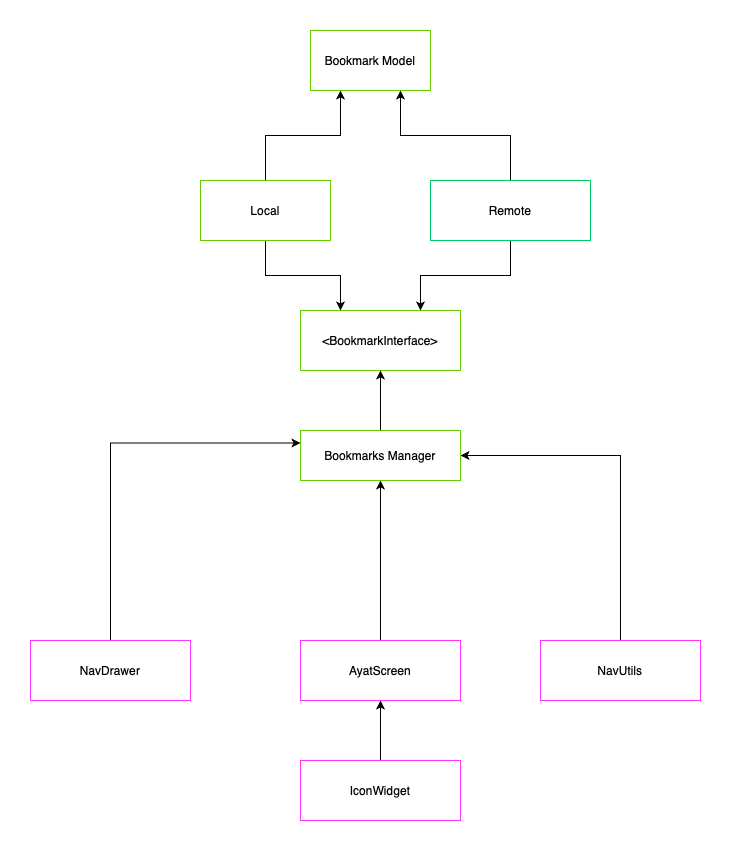
hashirabdulbasheer/quran_ayat_app_flutter keeps this draw.io diagram as docs/design/bookmarks-design.png. Above is the earlier version. Source tidied: cells renumbered, new cells last; positions are measured from the earlier drawing's top-left corner, leaving out a move shared by most shapes. The source it was exported from:
```xml
<mxGraphModel>
  <root>
    <mxCell id="0" />
    <mxCell id="1" parent="0" />
    <mxCell id="2" style="edgeStyle=orthogonalEdgeStyle;rounded=0;jettySize=auto;html=1;entryX=0.5;entryY=1;entryDx=0;entryDy=0;" parent="1" edge="1" source="3" target="19">
      <mxGeometry relative="1" as="geometry" />
    </mxCell>
    <mxCell id="3" value="AyatScreen" style="rounded=0;whiteSpace=wrap;html=1;strokeColor=#FF33FF;" parent="1" vertex="1">
      <mxGeometry x="270" y="610" width="160" height="60" as="geometry" />
    </mxCell>
    <mxCell id="4" style="edgeStyle=orthogonalEdgeStyle;rounded=0;jettySize=auto;html=1;exitX=0.5;exitY=0;exitDx=0;exitDy=0;entryX=0.5;entryY=1;entryDx=0;entryDy=0;" parent="1" edge="1" source="5" target="3">
      <mxGeometry relative="1" as="geometry" />
    </mxCell>
    <mxCell id="5" value="IconWidget" style="rounded=0;whiteSpace=wrap;html=1;strokeColor=#FF33FF;" parent="1" vertex="1">
      <mxGeometry x="270" y="730" width="160" height="60" as="geometry" />
    </mxCell>
    <mxCell id="6" style="edgeStyle=orthogonalEdgeStyle;rounded=0;jettySize=auto;html=1;entryX=0;entryY=0.25;entryDx=0;entryDy=0;" parent="1" edge="1" source="7" target="19">
      <mxGeometry relative="1" as="geometry">
        <Array as="points">
          <mxPoint x="80" y="413" />
        </Array>
      </mxGeometry>
    </mxCell>
    <mxCell id="7" value="NavDrawer" style="rounded=0;whiteSpace=wrap;html=1;strokeColor=#FF33FF;" parent="1" vertex="1">
      <mxGeometry y="610" width="160" height="60" as="geometry" />
    </mxCell>
    <mxCell id="8" style="edgeStyle=orthogonalEdgeStyle;rounded=0;jettySize=auto;html=1;entryX=1;entryY=0.5;entryDx=0;entryDy=0;" parent="1" edge="1" source="9" target="19">
      <mxGeometry relative="1" as="geometry">
        <Array as="points">
          <mxPoint x="590" y="425" />
        </Array>
      </mxGeometry>
    </mxCell>
    <mxCell id="9" value="NavUtils" style="rounded=0;whiteSpace=wrap;html=1;strokeColor=#FF33FF;" parent="1" vertex="1">
      <mxGeometry x="510" y="610" width="160" height="60" as="geometry" />
    </mxCell>
    <mxCell id="10" value="&amp;lt;BookmarkInterface&amp;gt;" style="rounded=0;whiteSpace=wrap;html=1;strokeColor=#66CC00;" parent="1" vertex="1">
      <mxGeometry x="270" y="280" width="160" height="60" as="geometry" />
    </mxCell>
    <mxCell id="11" style="edgeStyle=orthogonalEdgeStyle;rounded=0;jettySize=auto;html=1;entryX=0.25;entryY=0;entryDx=0;entryDy=0;" parent="1" edge="1" source="13" target="10">
      <mxGeometry relative="1" as="geometry" />
    </mxCell>
    <mxCell id="12" style="edgeStyle=orthogonalEdgeStyle;rounded=0;jettySize=auto;html=1;entryX=0.25;entryY=1;entryDx=0;entryDy=0;" parent="1" edge="1" source="13" target="17">
      <mxGeometry relative="1" as="geometry" />
    </mxCell>
    <mxCell id="13" value="Local" style="rounded=0;whiteSpace=wrap;html=1;strokeColor=#66CC00;" parent="1" vertex="1">
      <mxGeometry x="170" y="150" width="130" height="60" as="geometry" />
    </mxCell>
    <mxCell id="14" style="edgeStyle=orthogonalEdgeStyle;rounded=0;jettySize=auto;html=1;entryX=0.75;entryY=0;entryDx=0;entryDy=0;" parent="1" edge="1" source="16" target="10">
      <mxGeometry relative="1" as="geometry" />
    </mxCell>
    <mxCell id="15" style="edgeStyle=orthogonalEdgeStyle;rounded=0;jettySize=auto;html=1;entryX=0.75;entryY=1;entryDx=0;entryDy=0;" parent="1" edge="1" source="16" target="17">
      <mxGeometry relative="1" as="geometry" />
    </mxCell>
    <mxCell id="16" value="Remote" style="rounded=0;whiteSpace=wrap;html=1;strokeColor=#00CC66;" parent="1" vertex="1">
      <mxGeometry x="400" y="150" width="160" height="60" as="geometry" />
    </mxCell>
    <mxCell id="17" value="Bookmark Model" style="rounded=0;whiteSpace=wrap;html=1;strokeColor=#66CC00;" parent="1" vertex="1">
      <mxGeometry x="280" width="120" height="60" as="geometry" />
    </mxCell>
    <mxCell id="18" style="edgeStyle=orthogonalEdgeStyle;rounded=0;jettySize=auto;html=1;entryX=0.5;entryY=1;entryDx=0;entryDy=0;" parent="1" edge="1" source="19" target="10">
      <mxGeometry relative="1" as="geometry" />
    </mxCell>
    <mxCell id="19" value="Bookmarks Manager" style="rounded=0;whiteSpace=wrap;html=1;strokeColor=#66CC00;" parent="1" vertex="1">
      <mxGeometry x="270" y="400" width="160" height="50" as="geometry" />
    </mxCell>
  </root>
</mxGraphModel>
```
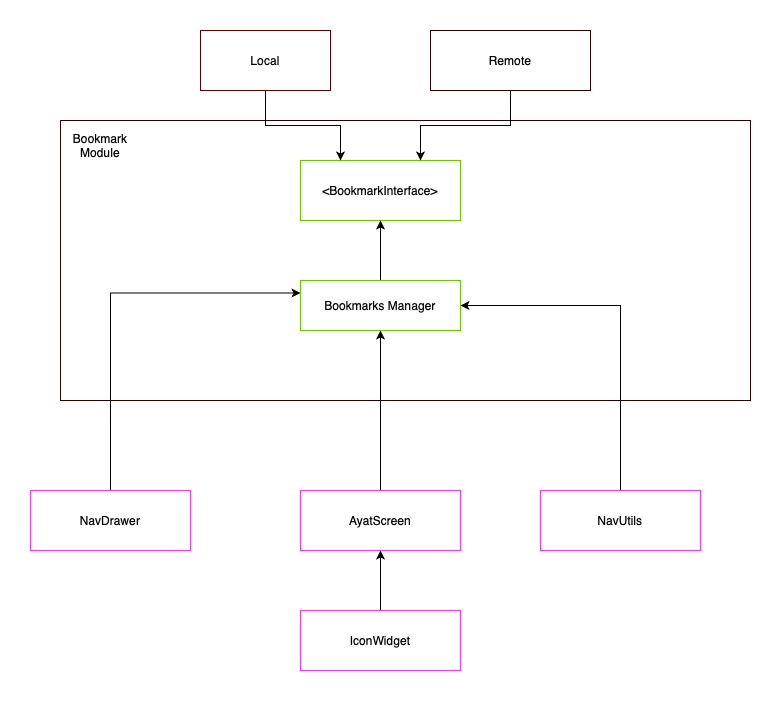
Later version of the same file.

Commit message:
config: updated bookmark design doc

What changed in the source:
```diff
@@ -2,6 +2,9 @@
   <root>
     <mxCell id="0" />
     <mxCell id="1" parent="0" />
+    <mxCell id="20" style="rounded=0;whiteSpace=wrap;html=1;strokeColor=#330000;" parent="1" vertex="1">
+      <mxGeometry x="30" y="240" width="690" height="280" as="geometry" />
+    </mxCell>
     <mxCell id="2" style="edgeStyle=orthogonalEdgeStyle;rounded=0;jettySize=auto;html=1;entryX=0.5;entryY=1;entryDx=0;entryDy=0;" parent="1" edge="1" source="3" target="19">
       <mxGeometry relative="1" as="geometry" />
     </mxCell>
@@ -40,29 +43,23 @@
     <mxCell id="11" style="edgeStyle=orthogonalEdgeStyle;rounded=0;jettySize=auto;html=1;entryX=0.25;entryY=0;entryDx=0;entryDy=0;" parent="1" edge="1" source="13" target="10">
       <mxGeometry relative="1" as="geometry" />
     </mxCell>
-    <mxCell id="12" style="edgeStyle=orthogonalEdgeStyle;rounded=0;jettySize=auto;html=1;entryX=0.25;entryY=1;entryDx=0;entryDy=0;" parent="1" edge="1" source="13" target="17">
-      <mxGeometry relative="1" as="geometry" />
-    </mxCell>
-    <mxCell id="13" value="Local" style="rounded=0;whiteSpace=wrap;html=1;strokeColor=#66CC00;" parent="1" vertex="1">
+    <mxCell id="13" value="Local" style="rounded=0;whiteSpace=wrap;html=1;strokeColor=#660000;" parent="1" vertex="1">
       <mxGeometry x="170" y="150" width="130" height="60" as="geometry" />
     </mxCell>
     <mxCell id="14" style="edgeStyle=orthogonalEdgeStyle;rounded=0;jettySize=auto;html=1;entryX=0.75;entryY=0;entryDx=0;entryDy=0;" parent="1" edge="1" source="16" target="10">
       <mxGeometry relative="1" as="geometry" />
     </mxCell>
-    <mxCell id="15" style="edgeStyle=orthogonalEdgeStyle;rounded=0;jettySize=auto;html=1;entryX=0.75;entryY=1;entryDx=0;entryDy=0;" parent="1" edge="1" source="16" target="17">
-      <mxGeometry relative="1" as="geometry" />
-    </mxCell>
-    <mxCell id="16" value="Remote" style="rounded=0;whiteSpace=wrap;html=1;strokeColor=#00CC66;" parent="1" vertex="1">
+    <mxCell id="16" value="Remote" style="rounded=0;whiteSpace=wrap;html=1;strokeColor=#330000;" parent="1" vertex="1">
       <mxGeometry x="400" y="150" width="160" height="60" as="geometry" />
     </mxCell>
-    <mxCell id="17" value="Bookmark Model" style="rounded=0;whiteSpace=wrap;html=1;strokeColor=#66CC00;" parent="1" vertex="1">
-      <mxGeometry x="280" width="120" height="60" as="geometry" />
-    </mxCell>
     <mxCell id="18" style="edgeStyle=orthogonalEdgeStyle;rounded=0;jettySize=auto;html=1;entryX=0.5;entryY=1;entryDx=0;entryDy=0;" parent="1" edge="1" source="19" target="10">
       <mxGeometry relative="1" as="geometry" />
     </mxCell>
     <mxCell id="19" value="Bookmarks Manager" style="rounded=0;whiteSpace=wrap;html=1;strokeColor=#66CC00;" parent="1" vertex="1">
       <mxGeometry x="270" y="400" width="160" height="50" as="geometry" />
     </mxCell>
+    <mxCell id="21" value="Bookmark Module" style="text;html=1;strokeColor=none;fillColor=none;align=center;verticalAlign=middle;whiteSpace=wrap;rounded=0;" parent="1" vertex="1">
+      <mxGeometry x="40" y="250" width="60" height="30" as="geometry" />
+    </mxCell>
   </root>
 </mxGraphModel>
```
